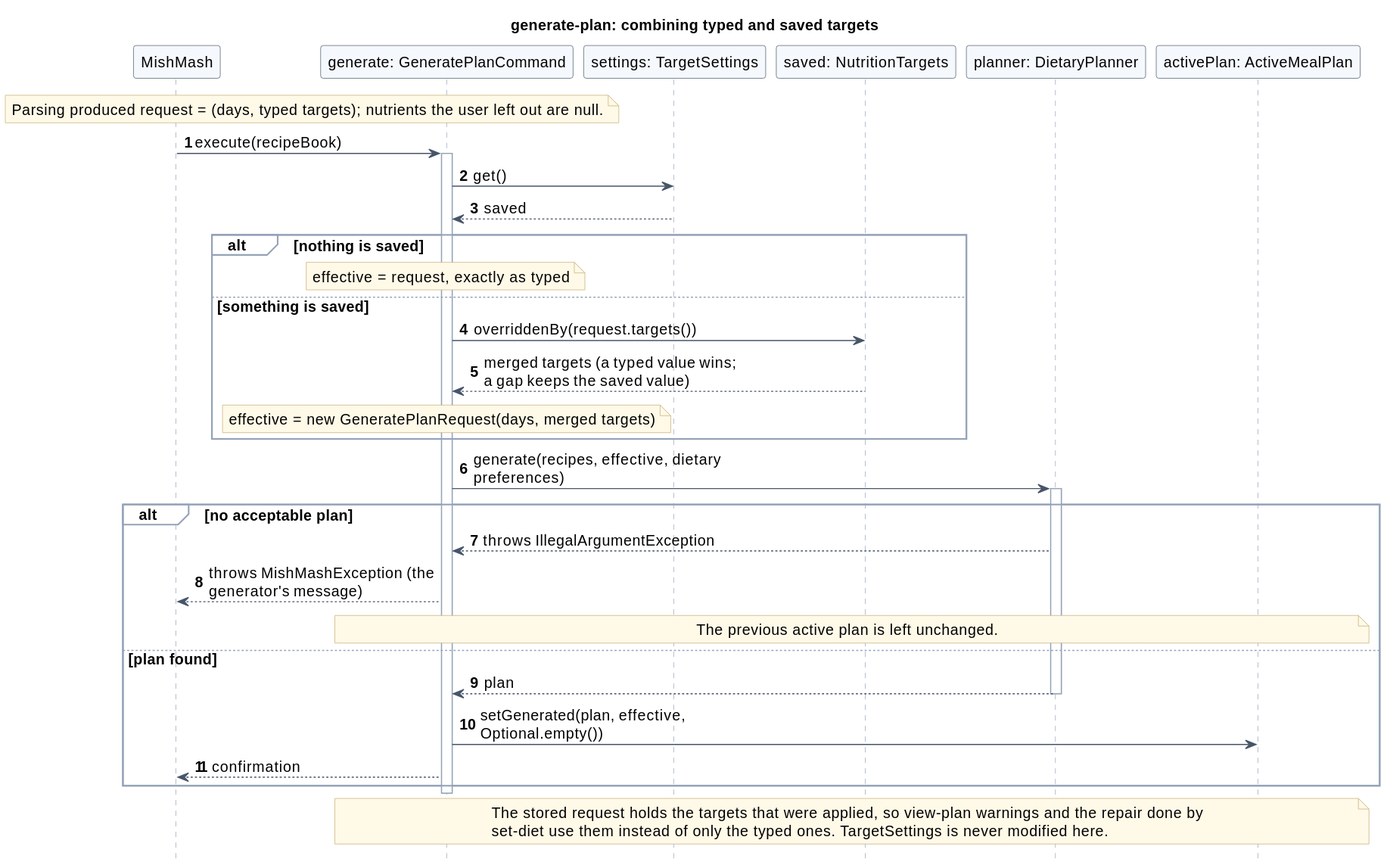
Earlier version of the PlantUML export docs/images/targets/generate-plan.svg (AY2627S1-CS2113-W13-4/tp).
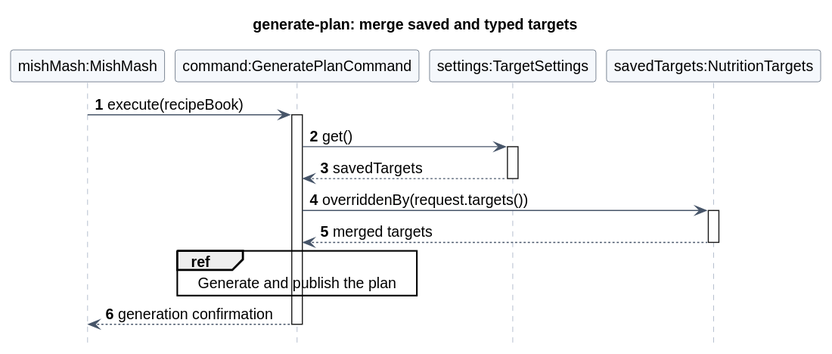
The same diagram one commit later.

The edit, as a diff of the source:
```diff
@@ -1,43 +1,26 @@
 @startuml
-!include ../shortfall/style.iuml
-title generate-plan: combining typed and saved targets
+!include ../rixte/shortfall/style.iuml
+title generate-plan: merge saved and typed targets
 autonumber
 
-participant "MishMash" as App
-participant "generate: GeneratePlanCommand" as Gen
-participant "settings: TargetSettings" as Settings
-participant "saved: NutritionTargets" as Saved
-participant "planner: DietaryPlanner" as Planner
-participant "activePlan: ActiveMealPlan" as Active
+participant "mishMash:MishMash" as App
+participant "command:GeneratePlanCommand" as Command
+participant "settings:TargetSettings" as Settings
+participant "savedTargets:NutritionTargets" as Saved
 
-note over App, Gen : Parsing produced request = (days, typed targets); nutrients the user left out are null.
-App -> Gen : execute(recipeBook)
-activate Gen
-Gen -> Settings : get()
-Settings --> Gen : saved
-alt nothing is saved
-  note over Gen : effective = request, exactly as typed
-else something is saved
-  Gen -> Saved : overriddenBy(request.targets())
-  Saved --> Gen : merged targets (a typed value wins; a gap keeps the saved value)
-  note over Gen : effective = new GeneratePlanRequest(days, merged targets)
-end
-Gen -> Planner : generate(recipes, effective, dietary preferences)
-activate Planner
-alt no acceptable plan
-  Planner --> Gen : throws IllegalArgumentException
-  Gen --> App : throws MishMashException (the generator's message)
-  note over Gen, Active : The previous active plan is left unchanged.
-else plan found
-  Planner --> Gen : plan
-  deactivate Planner
-  Gen -> Active : setGenerated(plan, effective, Optional.empty())
-  Gen --> App : confirmation
-end
-deactivate Gen
-
-note over Gen, Active
-  The stored request holds the targets that were applied, so view-plan warnings and the repair done by
-  set-diet use them instead of only the typed ones. TargetSettings is never modified here.
-end note
+App -> Command : execute(recipeBook)
+activate Command
+Command -> Settings : get()
+activate Settings
+Settings --> Command : savedTargets
+deactivate Settings
+Command -> Saved : overriddenBy(request.targets())
+activate Saved
+Saved --> Command : merged targets
+deactivate Saved
+ref over Command
+  Generate and publish the plan
+end ref
+Command --> App : generation confirmation
+deactivate Command
 @enduml
```
